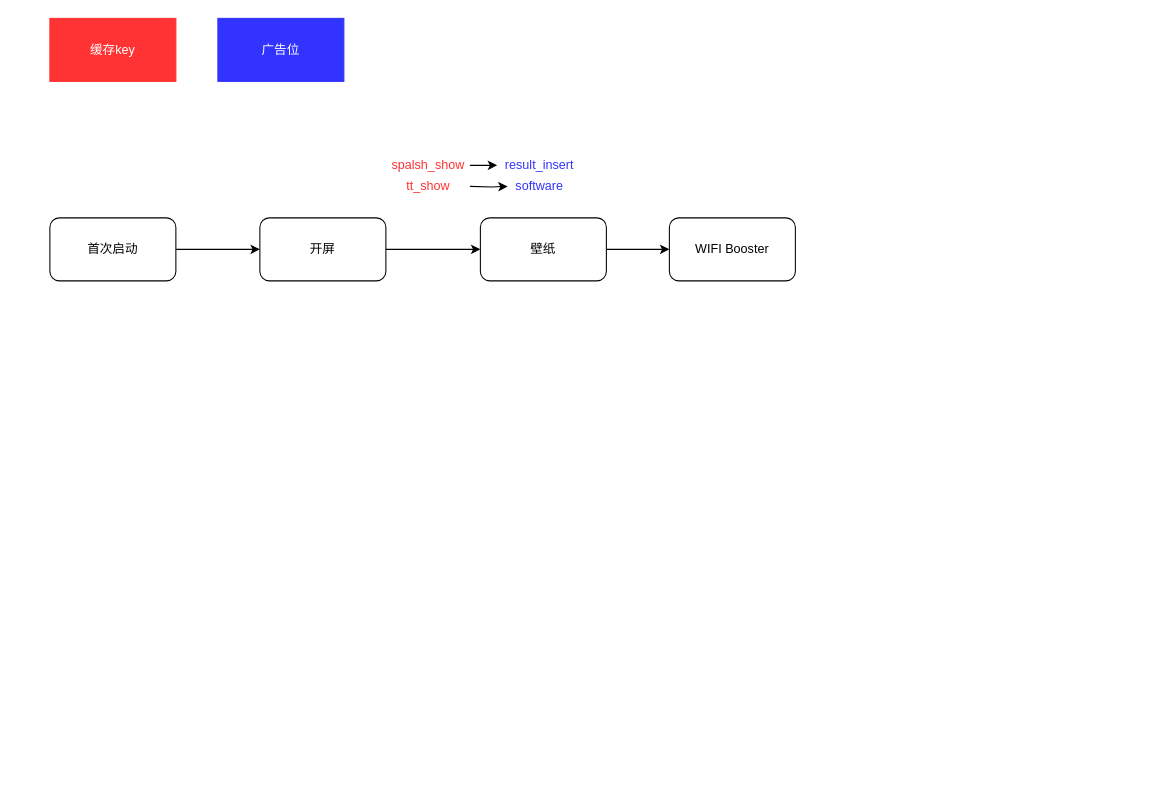
xiepengchong/xiepengchong.xpc.github.io keeps this draw.io diagram as Untitled Diagram.drawio. Above is the earlier version. Source tidied: cells renumbered, new cells numbered last; positions are measured from the earlier drawing's top-left corner, leaving out a move shared by most shapes. Both pictures are drawn from the tidied source at 105%, with x=0, y=0 at pixel (49, 18).
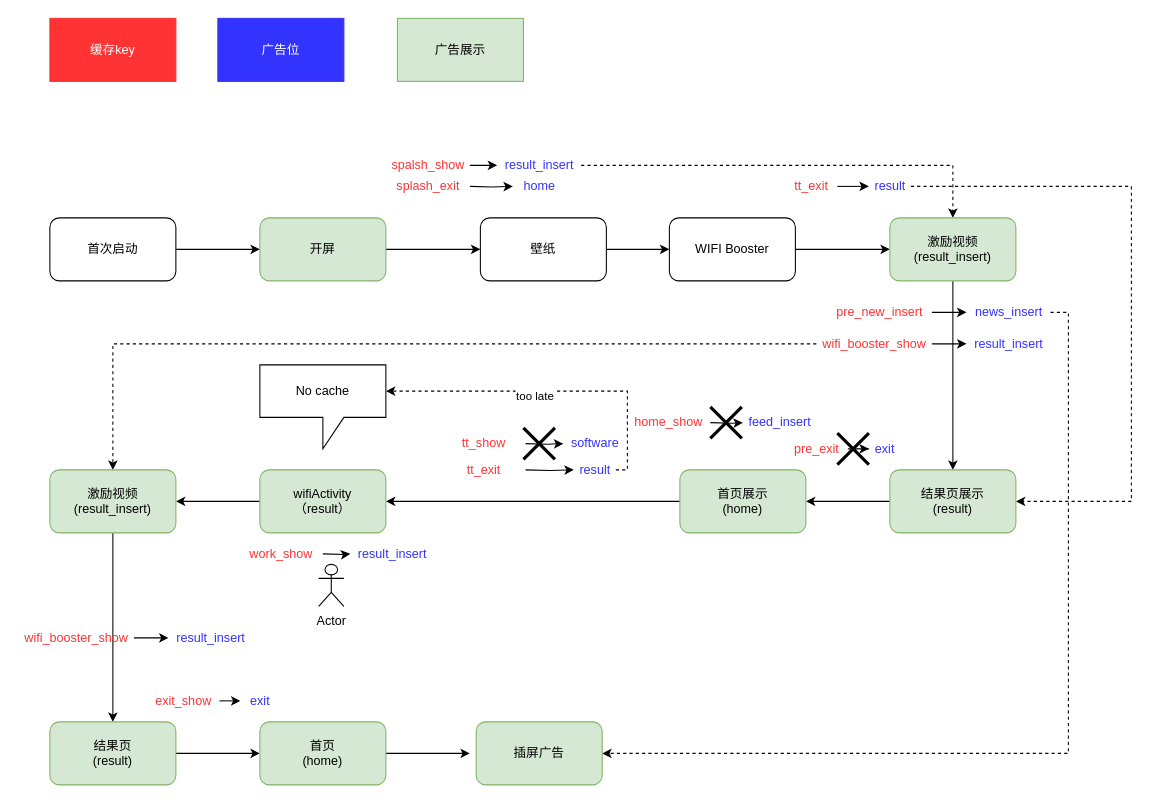
Above is the later version.

The change refers to these unchanged cells:
```xml
<mxCell id="15" value="result_insert" style="text;html=1;align=center;verticalAlign=middle;points=[];strokeColor=none;fillColor=none;fontColor=#3333FF;" parent="1" vertex="1">
  <mxGeometry x="426" y="130" width="80" height="20" as="geometry" />
</mxCell>
<mxCell id="18" value="&lt;font color=&quot;#000000&quot;&gt;WIFI Booster&lt;/font&gt;" style="rounded=1;whiteSpace=wrap;html=1;fontColor=#FFFFFF;fillColor=#FFFFFF;" parent="1" vertex="1">
  <mxGeometry x="590" y="190" width="120" height="60" as="geometry" />
</mxCell>
```

Diff of the diagram source:
```diff
@@
-    <mxCell id="5" value="开屏" style="rounded=1;whiteSpace=wrap;html=1;" parent="1" vertex="1">
+    <mxCell id="5" value="开屏" style="rounded=1;whiteSpace=wrap;html=1;strokeColor=#82b366;fillColor=#d5e8d4;" parent="1" vertex="1">
       <mxGeometry x="200" y="190" width="120" height="60" as="geometry" />
     </mxCell>
@@
-    <mxCell id="10" value="tt_show" style="text;html=1;align=center;verticalAlign=middle;strokeColor=none;fillColor=none;fontColor=#FF3333;" parent="1" vertex="1">
-      <mxGeometry x="330" y="150" width="60" height="20" as="geometry" />
+    <mxCell id="10" value="splash_exit" style="text;html=1;align=center;verticalAlign=middle;strokeColor=none;fillColor=none;fontColor=#FF3333;" parent="1" vertex="1">
+      <mxGeometry x="320" y="150" width="80" height="20" as="geometry" />
     </mxCell>
@@
+    <mxCell id="19" style="edgeStyle=orthogonalEdgeStyle;rounded=0;jettySize=auto;html=1;entryX=0.5;entryY=0;entryDx=0;entryDy=0;fontColor=#FFFFFF;dashed=1;" parent="1" edge="1" source="15" target="26">
+      <mxGeometry relative="1" as="geometry" />
+    </mxCell>
@@
-    <mxCell id="17" value="software" style="text;html=1;align=center;verticalAlign=middle;points=[];strokeColor=none;fillColor=none;fontColor=#3333FF;" parent="1" vertex="1">
-      <mxGeometry x="436" y="150" width="60" height="20" as="geometry" />
+    <mxCell id="17" value="home" style="text;html=1;align=center;verticalAlign=middle;points=[];strokeColor=none;fillColor=none;fontColor=#3333FF;" parent="1" vertex="1">
+      <mxGeometry x="441" y="150" width="50" height="20" as="geometry" />
     </mxCell>
+    <mxCell id="20" style="edgeStyle=orthogonalEdgeStyle;rounded=0;jettySize=auto;html=1;fontColor=#FFFFFF;" parent="1" edge="1" source="18" target="26">
+      <mxGeometry relative="1" as="geometry" />
+    </mxCell>
@@
+    <mxCell id="21" style="edgeStyle=orthogonalEdgeStyle;rounded=0;jettySize=auto;html=1;fontColor=#FF3333;" parent="1" edge="1" source="22">
+      <mxGeometry relative="1" as="geometry">
+        <mxPoint x="780" y="160" as="targetPoint" />
+      </mxGeometry>
+    </mxCell>
+    <mxCell id="22" value="tt_exit" style="text;html=1;align=center;verticalAlign=middle;points=[];strokeColor=none;fillColor=none;fontColor=#FF3333;" parent="1" vertex="1">
+      <mxGeometry x="700" y="150" width="50" height="20" as="geometry" />
+    </mxCell>
+    <mxCell id="23" style="edgeStyle=orthogonalEdgeStyle;rounded=0;jettySize=auto;html=1;entryX=1;entryY=0.5;entryDx=0;entryDy=0;fontColor=#000000;dashed=1;" parent="1" edge="1" source="24" target="28">
+      <mxGeometry relative="1" as="geometry">
+        <Array as="points">
+          <mxPoint x="1030" y="160" />
+          <mxPoint x="1030" y="460" />
+        </Array>
+      </mxGeometry>
+    </mxCell>
+    <mxCell id="24" value="result" style="text;html=1;align=center;verticalAlign=middle;points=[];strokeColor=none;fillColor=none;fontColor=#3333FF;" parent="1" vertex="1">
+      <mxGeometry x="780" y="150" width="40" height="20" as="geometry" />
+    </mxCell>
+    <mxCell id="25" style="edgeStyle=orthogonalEdgeStyle;rounded=0;jettySize=auto;html=1;exitX=0.5;exitY=1;exitDx=0;exitDy=0;fontColor=#FFFFFF;entryX=0.5;entryY=0;entryDx=0;entryDy=0;" parent="1" edge="1" source="26" target="28">
+      <mxGeometry relative="1" as="geometry" />
+    </mxCell>
+    <mxCell id="26" value="&lt;font color=&quot;#000000&quot;&gt;&lt;span&gt;激励视频&lt;br&gt;(result_insert)&lt;br&gt;&lt;/span&gt;&lt;/font&gt;" style="rounded=1;whiteSpace=wrap;html=1;strokeColor=#82b366;fillColor=#d5e8d4;" parent="1" vertex="1">
+      <mxGeometry x="800" y="190" width="120" height="60" as="geometry" />
+    </mxCell>
+    <mxCell id="27" style="edgeStyle=orthogonalEdgeStyle;rounded=0;jettySize=auto;html=1;entryX=1;entryY=0.5;entryDx=0;entryDy=0;fontColor=#000000;" parent="1" edge="1" source="28" target="38">
+      <mxGeometry relative="1" as="geometry" />
+    </mxCell>
+    <mxCell id="28" value="结果页展示&lt;br&gt;(result)" style="rounded=1;whiteSpace=wrap;html=1;strokeColor=#82b366;fillColor=#d5e8d4;" parent="1" vertex="1">
+      <mxGeometry x="800" y="430" width="120" height="60" as="geometry" />
+    </mxCell>
+    <mxCell id="29" style="edgeStyle=orthogonalEdgeStyle;rounded=0;jettySize=auto;html=1;fontColor=#FF3333;" parent="1" edge="1" source="30" target="32">
+      <mxGeometry relative="1" as="geometry" />
+    </mxCell>
+    <mxCell id="30" value="pre_new_insert" style="text;html=1;align=center;verticalAlign=middle;points=[];strokeColor=none;fillColor=none;fontColor=#FF3333;" parent="1" vertex="1">
+      <mxGeometry x="740" y="270" width="100" height="20" as="geometry" />
+    </mxCell>
+    <mxCell id="31" style="edgeStyle=orthogonalEdgeStyle;rounded=0;jettySize=auto;html=1;fontColor=#000000;dashed=1;" parent="1" edge="1" source="32" target="75">
+      <mxGeometry relative="1" as="geometry">
+        <Array as="points">
+          <mxPoint x="970" y="280" />
+          <mxPoint x="970" y="700" />
+        </Array>
+      </mxGeometry>
+    </mxCell>
+    <mxCell id="32" value="news_insert" style="text;html=1;align=center;verticalAlign=middle;points=[];strokeColor=none;fillColor=none;fontColor=#3333FF;" parent="1" vertex="1">
+      <mxGeometry x="873" y="270" width="80" height="20" as="geometry" />
+    </mxCell>
+    <mxCell id="33" style="edgeStyle=orthogonalEdgeStyle;rounded=0;jettySize=auto;html=1;fontColor=#FF3333;" parent="1" edge="1" source="35" target="36">
+      <mxGeometry relative="1" as="geometry" />
+    </mxCell>
+    <mxCell id="34" style="edgeStyle=orthogonalEdgeStyle;rounded=0;jettySize=auto;html=1;dashed=1;fontColor=#000000;" parent="1" edge="1" source="35" target="59">
+      <mxGeometry relative="1" as="geometry" />
+    </mxCell>
+    <mxCell id="35" value="wifi_booster_show" style="text;html=1;align=center;verticalAlign=middle;points=[];strokeColor=none;fillColor=none;fontColor=#FF3333;" parent="1" vertex="1">
+      <mxGeometry x="730" y="300" width="110" height="20" as="geometry" />
+    </mxCell>
+    <mxCell id="36" value="result_insert" style="text;html=1;align=center;verticalAlign=middle;points=[];strokeColor=none;fillColor=none;fontColor=#3333FF;" parent="1" vertex="1">
+      <mxGeometry x="873" y="300" width="80" height="20" as="geometry" />
+    </mxCell>
+    <mxCell id="37" style="edgeStyle=orthogonalEdgeStyle;rounded=0;jettySize=auto;html=1;fontColor=#000000;entryX=1;entryY=0.5;entryDx=0;entryDy=0;" parent="1" edge="1" source="38" target="44">
+      <mxGeometry relative="1" as="geometry" />
+    </mxCell>
+    <mxCell id="38" value="首页展示&lt;br&gt;(home)" style="rounded=1;whiteSpace=wrap;html=1;strokeColor=#82b366;fillColor=#d5e8d4;" parent="1" vertex="1">
+      <mxGeometry x="600" y="430" width="120" height="60" as="geometry" />
+    </mxCell>
+    <mxCell id="39" style="edgeStyle=orthogonalEdgeStyle;rounded=0;jettySize=auto;html=1;fontColor=#000000;" parent="1" edge="1" source="40" target="41">
+      <mxGeometry relative="1" as="geometry" />
+    </mxCell>
+    <mxCell id="40" value="pre_exit" style="text;html=1;align=center;verticalAlign=middle;points=[];strokeColor=none;fillColor=none;fontColor=#FF3333;" parent="1" vertex="1">
+      <mxGeometry x="700" y="400" width="60" height="20" as="geometry" />
+    </mxCell>
+    <mxCell id="41" value="exit" style="text;html=1;align=center;verticalAlign=middle;points=[];strokeColor=none;fillColor=none;fontColor=#3333FF;" parent="1" vertex="1">
+      <mxGeometry x="780" y="400" width="30" height="20" as="geometry" />
+    </mxCell>
+    <mxCell id="42" style="shape=umlDestroy;whiteSpace=wrap;html=1;strokeWidth=3;fontColor=#000000;fillColor=#FFFFFF;" parent="1" vertex="1">
+      <mxGeometry x="750" y="395" width="30" height="30" as="geometry" />
+    </mxCell>
+    <mxCell id="43" style="edgeStyle=orthogonalEdgeStyle;rounded=0;jettySize=auto;html=1;exitX=0;exitY=0.5;exitDx=0;exitDy=0;fontColor=#000000;entryX=1;entryY=0.5;entryDx=0;entryDy=0;" parent="1" edge="1" source="44" target="59">
+      <mxGeometry relative="1" as="geometry" />
+    </mxCell>
+    <mxCell id="44" value="wifiActivity&lt;br&gt;（result）" style="rounded=1;whiteSpace=wrap;html=1;fillColor=#d5e8d4;strokeColor=#82b366;" parent="1" vertex="1">
+      <mxGeometry x="200" y="430" width="120" height="60" as="geometry" />
+    </mxCell>
+    <mxCell id="45" value="No cache" style="shape=callout;whiteSpace=wrap;html=1;perimeter=calloutPerimeter;fontColor=#000000;strokeColor=#000000;fillColor=#FFFFFF;" parent="1" vertex="1">
+      <mxGeometry x="200" y="330" width="120" height="80" as="geometry" />
+    </mxCell>
+    <mxCell id="46" value="home_show" style="text;html=1;align=center;verticalAlign=middle;strokeColor=none;fillColor=none;fontColor=#FF3333;" parent="1" vertex="1">
+      <mxGeometry x="549" y="375" width="80" height="20" as="geometry" />
+    </mxCell>
+    <mxCell id="47" style="edgeStyle=orthogonalEdgeStyle;rounded=0;jettySize=auto;html=1;fontColor=#FF3333;" parent="1" edge="1" target="48">
+      <mxGeometry relative="1" as="geometry">
+        <mxPoint x="629" y="385" as="sourcePoint" />
+      </mxGeometry>
+    </mxCell>
+    <mxCell id="48" value="feed_insert" style="text;html=1;align=center;verticalAlign=middle;points=[];strokeColor=none;fillColor=none;fontColor=#3333FF;" parent="1" vertex="1">
+      <mxGeometry x="660" y="375" width="70" height="20" as="geometry" />
+    </mxCell>
+    <mxCell id="49" style="shape=umlDestroy;whiteSpace=wrap;html=1;strokeWidth=3;fontColor=#000000;fillColor=#FFFFFF;" parent="1" vertex="1">
+      <mxGeometry x="629" y="370" width="30" height="30" as="geometry" />
+    </mxCell>
+    <mxCell id="50" value="tt_exit" style="text;html=1;align=center;verticalAlign=middle;strokeColor=none;fillColor=none;fontColor=#FF3333;" parent="1" vertex="1">
+      <mxGeometry x="388" y="420" width="50" height="20" as="geometry" />
+    </mxCell>
+    <mxCell id="51" style="edgeStyle=orthogonalEdgeStyle;rounded=0;jettySize=auto;html=1;fontColor=#FF3333;" parent="1" edge="1" target="54">
+      <mxGeometry relative="1" as="geometry">
+        <mxPoint x="453" y="430" as="sourcePoint" />
+      </mxGeometry>
+    </mxCell>
+    <mxCell id="52" style="edgeStyle=orthogonalEdgeStyle;rounded=0;jettySize=auto;html=1;entryX=0;entryY=0;entryDx=120;entryDy=25;entryPerimeter=0;fontColor=#000000;dashed=1;" parent="1" edge="1" source="54" target="45">
+      <mxGeometry relative="1" as="geometry">
+        <Array as="points">
+          <mxPoint x="550" y="430" />
+          <mxPoint x="550" y="355" />
+        </Array>
+      </mxGeometry>
+    </mxCell>
+    <mxCell id="53" value="too late" style="edgeLabel;html=1;align=center;verticalAlign=middle;fontColor=#000000;" parent="52" vertex="1">
+      <mxGeometry x="0.11" y="4" relative="1" as="geometry" />
+    </mxCell>
+    <mxCell id="54" value="result" style="text;html=1;align=center;verticalAlign=middle;points=[];strokeColor=none;fillColor=none;fontColor=#3333FF;" parent="1" vertex="1">
+      <mxGeometry x="499" y="420" width="40" height="20" as="geometry" />
+    </mxCell>
+    <mxCell id="55" value="tt_show" style="text;html=1;align=center;verticalAlign=middle;strokeColor=none;fillColor=none;fontColor=#FF3333;" parent="1" vertex="1">
+      <mxGeometry x="383" y="395" width="60" height="20" as="geometry" />
+    </mxCell>
+    <mxCell id="56" style="edgeStyle=orthogonalEdgeStyle;rounded=0;jettySize=auto;html=1;fontColor=#FF3333;" parent="1" edge="1" target="57">
+      <mxGeometry relative="1" as="geometry">
+        <mxPoint x="453" y="405" as="sourcePoint" />
+      </mxGeometry>
+    </mxCell>
+    <mxCell id="57" value="software" style="text;html=1;align=center;verticalAlign=middle;points=[];strokeColor=none;fillColor=none;fontColor=#3333FF;" parent="1" vertex="1">
+      <mxGeometry x="489" y="395" width="60" height="20" as="geometry" />
+    </mxCell>
+    <mxCell id="58" style="edgeStyle=orthogonalEdgeStyle;rounded=0;jettySize=auto;html=1;exitX=0.5;exitY=1;exitDx=0;exitDy=0;fontColor=#000000;" parent="1" edge="1" source="59">
+      <mxGeometry relative="1" as="geometry">
+        <mxPoint x="60" y="670" as="targetPoint" />
+      </mxGeometry>
+    </mxCell>
+    <mxCell id="59" value="&lt;font color=&quot;#000000&quot;&gt;&lt;span&gt;激励视频&lt;br&gt;(result_insert)&lt;br&gt;&lt;/span&gt;&lt;/font&gt;" style="rounded=1;whiteSpace=wrap;html=1;strokeColor=#82b366;fillColor=#d5e8d4;" parent="1" vertex="1">
+      <mxGeometry y="430" width="120" height="60" as="geometry" />
+    </mxCell>
+    <mxCell id="60" style="shape=umlDestroy;whiteSpace=wrap;html=1;strokeWidth=3;fontColor=#000000;fillColor=#FFFFFF;" parent="1" vertex="1">
+      <mxGeometry x="451" y="390" width="30" height="30" as="geometry" />
+    </mxCell>
+    <mxCell id="61" value="work_show" style="text;html=1;align=center;verticalAlign=middle;strokeColor=none;fillColor=none;fontColor=#FF3333;" parent="1" vertex="1">
+      <mxGeometry x="180" y="500" width="80" height="20" as="geometry" />
+    </mxCell>
+    <mxCell id="62" style="edgeStyle=orthogonalEdgeStyle;rounded=0;jettySize=auto;html=1;fontColor=#FF3333;" parent="1" edge="1" target="63">
+      <mxGeometry relative="1" as="geometry">
+        <mxPoint x="260" y="510" as="sourcePoint" />
+      </mxGeometry>
+    </mxCell>
+    <mxCell id="63" value="result_insert" style="text;html=1;align=center;verticalAlign=middle;points=[];strokeColor=none;fillColor=none;fontColor=#3333FF;" parent="1" vertex="1">
+      <mxGeometry x="286" y="500" width="80" height="20" as="geometry" />
+    </mxCell>
+    <mxCell id="64" value="Actor" style="shape=umlActor;verticalLabelPosition=bottom;verticalAlign=top;html=1;fontColor=#000000;strokeColor=#000000;fillColor=#FFFFFF;" parent="1" vertex="1">
+      <mxGeometry x="256" y="520" width="24" height="40" as="geometry" />
+    </mxCell>
+    <mxCell id="65" style="edgeStyle=orthogonalEdgeStyle;rounded=0;jettySize=auto;html=1;fontColor=#000000;" parent="1" edge="1" source="66">
+      <mxGeometry relative="1" as="geometry">
+        <mxPoint x="200" y="700" as="targetPoint" />
+      </mxGeometry>
+    </mxCell>
+    <mxCell id="66" value="结果页&lt;br&gt;(result)" style="rounded=1;whiteSpace=wrap;html=1;strokeColor=#82b366;fillColor=#d5e8d4;" parent="1" vertex="1">
+      <mxGeometry y="670" width="120" height="60" as="geometry" />
+    </mxCell>
+    <mxCell id="67" style="edgeStyle=orthogonalEdgeStyle;rounded=0;jettySize=auto;html=1;fontColor=#FF3333;" parent="1" edge="1" source="68" target="69">
+      <mxGeometry relative="1" as="geometry" />
+    </mxCell>
+    <mxCell id="68" value="wifi_booster_show" style="text;html=1;align=center;verticalAlign=middle;points=[];strokeColor=none;fillColor=none;fontColor=#FF3333;" parent="1" vertex="1">
+      <mxGeometry x="-30" y="580" width="110" height="20" as="geometry" />
+    </mxCell>
+    <mxCell id="69" value="result_insert" style="text;html=1;align=center;verticalAlign=middle;points=[];strokeColor=none;fillColor=none;fontColor=#3333FF;" parent="1" vertex="1">
+      <mxGeometry x="113" y="580" width="80" height="20" as="geometry" />
+    </mxCell>
+    <mxCell id="70" style="edgeStyle=orthogonalEdgeStyle;rounded=0;jettySize=auto;html=1;fontColor=#000000;" parent="1" edge="1" source="71">
+      <mxGeometry relative="1" as="geometry">
+        <mxPoint x="400" y="700" as="targetPoint" />
+      </mxGeometry>
+    </mxCell>
+    <mxCell id="71" value="首页&lt;br&gt;(home)" style="rounded=1;whiteSpace=wrap;html=1;strokeColor=#82b366;fillColor=#d5e8d4;" parent="1" vertex="1">
+      <mxGeometry x="200" y="670" width="120" height="60" as="geometry" />
+    </mxCell>
+    <mxCell id="72" style="edgeStyle=orthogonalEdgeStyle;rounded=0;jettySize=auto;html=1;fontColor=#FF3333;" parent="1" edge="1" source="73">
+      <mxGeometry relative="1" as="geometry">
+        <mxPoint x="181.5" y="650" as="targetPoint" />
+      </mxGeometry>
+    </mxCell>
+    <mxCell id="73" value="exit_show" style="text;html=1;align=center;verticalAlign=middle;points=[];strokeColor=none;fillColor=none;fontColor=#FF3333;" parent="1" vertex="1">
+      <mxGeometry x="91.5" y="640" width="70" height="20" as="geometry" />
+    </mxCell>
+    <mxCell id="74" value="exit" style="text;html=1;align=center;verticalAlign=middle;strokeColor=none;fillColor=none;fontColor=#3333FF;" parent="1" vertex="1">
+      <mxGeometry x="184.5" y="640" width="30" height="20" as="geometry" />
+    </mxCell>
+    <mxCell id="75" value="插屏广告" style="rounded=1;whiteSpace=wrap;html=1;strokeColor=#82b366;fillColor=#d5e8d4;" parent="1" vertex="1">
+      <mxGeometry x="406" y="670" width="120" height="60" as="geometry" />
+    </mxCell>
+    <mxCell id="76" value="广告展示" style="rounded=0;whiteSpace=wrap;html=1;strokeColor=#82b366;fillColor=#d5e8d4;" parent="1" vertex="1">
+      <mxGeometry x="331" width="120" height="60" as="geometry" />
+    </mxCell>
```
